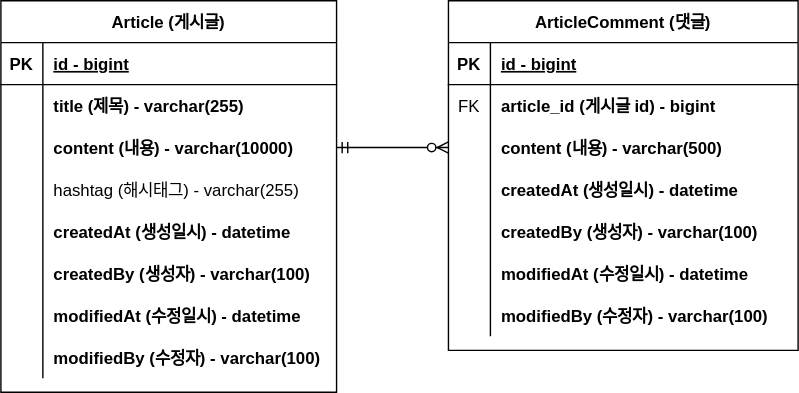
Before: document/project-board-erd.svg, a diagram exported from draw.io (Pooky112/fc-project-board). Source tidied: cells renumbered, new cells last; positions are measured from the earlier drawing's top-left corner, leaving out a move shared by most shapes.
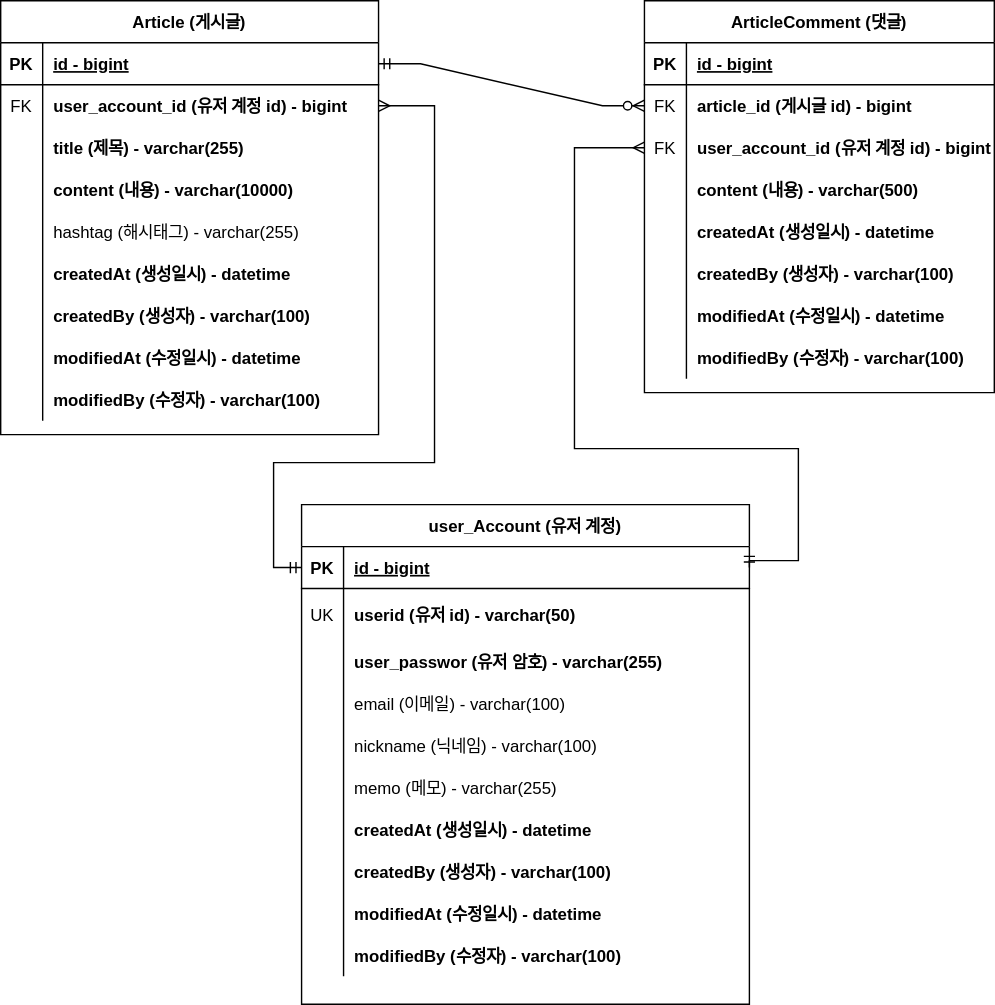
Later version of the same file.

Diff of the diagram source:
```diff
@@ -3,82 +3,91 @@
     <mxCell id="0" />
     <mxCell id="1" parent="0" />
     <mxCell id="2" value="Article (게시글)" style="shape=table;startSize=30;rowLines=0;fontStyle=1;align=center;" parent="1" vertex="1">
-      <mxGeometry width="240" height="280" as="geometry" />
+      <mxGeometry x="-70" width="270" height="310" as="geometry" />
     </mxCell>
     <mxCell id="3" style="shape=partialRectangle;fillColor=none;points=[[0,0.5],[1,0.5]];portConstraint=eastwest;top=0;left=0;right=0;bottom=1;" parent="2" vertex="1">
-      <mxGeometry y="30" width="240" height="30" as="geometry" />
+      <mxGeometry y="30" width="270" height="30" as="geometry" />
     </mxCell>
     <mxCell id="4" value="PK" style="shape=partialRectangle;overflow=hidden;fillColor=none;top=0;left=0;bottom=0;right=0;fontStyle=1;" parent="3" vertex="1">
       <mxGeometry width="30" height="30" as="geometry" />
     </mxCell>
     <mxCell id="5" value="id - bigint" style="shape=partialRectangle;overflow=hidden;fillColor=none;top=0;left=0;bottom=0;right=0;align=left;spacingLeft=6;fontStyle=5;" parent="3" vertex="1">
-      <mxGeometry x="30" width="210" height="30" as="geometry" />
+      <mxGeometry x="30" width="240" height="30" as="geometry" />
     </mxCell>
     <mxCell id="6" style="shape=partialRectangle;fillColor=none;points=[[0,0.5],[1,0.5]];portConstraint=eastwest;top=0;left=0;right=0;bottom=0;" parent="2" vertex="1">
-      <mxGeometry y="60" width="240" height="30" as="geometry" />
+      <mxGeometry y="60" width="270" height="30" as="geometry" />
     </mxCell>
-    <mxCell id="7" style="shape=partialRectangle;overflow=hidden;fillColor=none;top=0;left=0;bottom=0;right=0;" parent="6" vertex="1">
+    <mxCell id="7" value="FK" style="shape=partialRectangle;overflow=hidden;fillColor=none;top=0;left=0;bottom=0;right=0;" parent="6" vertex="1">
       <mxGeometry width="30" height="30" as="geometry" />
     </mxCell>
-    <mxCell id="8" value="title (제목) - varchar(255)" style="shape=partialRectangle;overflow=hidden;fillColor=none;top=0;left=0;bottom=0;right=0;align=left;spacingLeft=6;fontStyle=1;" parent="6" vertex="1">
-      <mxGeometry x="30" width="210" height="30" as="geometry" />
+    <mxCell id="8" value="user_account_id (유저 계정 id) - bigint" style="shape=partialRectangle;overflow=hidden;fillColor=none;top=0;left=0;bottom=0;right=0;align=left;spacingLeft=6;fontStyle=1;" parent="6" vertex="1">
+      <mxGeometry x="30" width="240" height="30" as="geometry" />
     </mxCell>
+    <mxCell id="50" style="shape=partialRectangle;fillColor=none;top=0;left=0;right=0;bottom=0;" parent="2" vertex="1">
+      <mxGeometry y="90" width="270" height="30" as="geometry" />
+    </mxCell>
+    <mxCell id="51" style="shape=partialRectangle;overflow=hidden;fillColor=none;top=0;left=0;bottom=0;right=0;" parent="50" vertex="1">
+      <mxGeometry width="30" height="30" as="geometry" />
+    </mxCell>
+    <mxCell id="52" value="title (제목) - varchar(255)" style="shape=partialRectangle;overflow=hidden;fillColor=none;top=0;left=0;bottom=0;right=0;align=left;spacingLeft=6;fontStyle=1;" parent="50" vertex="1">
+      <mxGeometry x="30" width="240" height="30" as="geometry" />
+    </mxCell>
     <mxCell id="9" style="shape=partialRectangle;fillColor=none;points=[[0,0.5],[1,0.5]];portConstraint=eastwest;top=0;left=0;right=0;bottom=0;" parent="2" vertex="1">
-      <mxGeometry y="90" width="240" height="30" as="geometry" />
+      <mxGeometry y="120" width="270" height="30" as="geometry" />
     </mxCell>
     <mxCell id="10" style="shape=partialRectangle;overflow=hidden;fillColor=none;top=0;left=0;bottom=0;right=0;" parent="9" vertex="1">
       <mxGeometry width="30" height="30" as="geometry" />
     </mxCell>
     <mxCell id="11" value="content (내용) - varchar(10000)" style="shape=partialRectangle;overflow=hidden;fillColor=none;top=0;left=0;bottom=0;right=0;align=left;spacingLeft=6;fontStyle=1;" parent="9" vertex="1">
-      <mxGeometry x="30" width="210" height="30" as="geometry" />
+      <mxGeometry x="30" width="240" height="30" as="geometry" />
     </mxCell>
     <mxCell id="12" style="shape=partialRectangle;fillColor=none;top=0;left=0;right=0;bottom=0;" parent="2" vertex="1">
-      <mxGeometry y="120" width="240" height="30" as="geometry" />
+      <mxGeometry y="150" width="270" height="30" as="geometry" />
     </mxCell>
     <mxCell id="13" style="shape=partialRectangle;overflow=hidden;fillColor=none;top=0;left=0;bottom=0;right=0;" parent="12" vertex="1">
       <mxGeometry width="30" height="30" as="geometry" />
     </mxCell>
     <mxCell id="14" value="hashtag (해시태그) - varchar(255)" style="shape=partialRectangle;overflow=hidden;fillColor=none;top=0;left=0;bottom=0;right=0;align=left;spacingLeft=6;" parent="12" vertex="1">
-      <mxGeometry x="30" width="210" height="30" as="geometry" />
+      <mxGeometry x="30" width="240" height="30" as="geometry" />
     </mxCell>
     <mxCell id="15" style="shape=partialRectangle;fillColor=none;top=0;left=0;right=0;bottom=0;" parent="2" vertex="1">
-      <mxGeometry y="150" width="240" height="30" as="geometry" />
+      <mxGeometry y="180" width="270" height="30" as="geometry" />
     </mxCell>
     <mxCell id="16" style="shape=partialRectangle;overflow=hidden;fillColor=none;top=0;left=0;bottom=0;right=0;" parent="15" vertex="1">
       <mxGeometry width="30" height="30" as="geometry" />
     </mxCell>
     <mxCell id="17" value="createdAt (생성일시) - datetime" style="shape=partialRectangle;overflow=hidden;fillColor=none;top=0;left=0;bottom=0;right=0;align=left;spacingLeft=6;fontStyle=1;" parent="15" vertex="1">
-      <mxGeometry x="30" width="210" height="30" as="geometry" />
+      <mxGeometry x="30" width="240" height="30" as="geometry" />
     </mxCell>
     <mxCell id="18" style="shape=partialRectangle;fillColor=none;top=0;left=0;right=0;bottom=0;" parent="2" vertex="1">
-      <mxGeometry y="180" width="240" height="30" as="geometry" />
+      <mxGeometry y="210" width="270" height="30" as="geometry" />
     </mxCell>
     <mxCell id="19" style="shape=partialRectangle;overflow=hidden;fillColor=none;top=0;left=0;bottom=0;right=0;" parent="18" vertex="1">
       <mxGeometry width="30" height="30" as="geometry" />
     </mxCell>
     <mxCell id="20" value="createdBy (생성자) - varchar(100)" style="shape=partialRectangle;overflow=hidden;fillColor=none;top=0;left=0;bottom=0;right=0;align=left;spacingLeft=6;fontStyle=1;" parent="18" vertex="1">
-      <mxGeometry x="30" width="210" height="30" as="geometry" />
+      <mxGeometry x="30" width="240" height="30" as="geometry" />
     </mxCell>
     <mxCell id="21" style="shape=partialRectangle;fillColor=none;top=0;left=0;right=0;bottom=0;" parent="2" vertex="1">
-      <mxGeometry y="210" width="240" height="30" as="geometry" />
+      <mxGeometry y="240" width="270" height="30" as="geometry" />
     </mxCell>
     <mxCell id="22" value="            " style="shape=partialRectangle;overflow=hidden;fillColor=none;top=0;left=0;bottom=0;right=0;" parent="21" vertex="1">
       <mxGeometry width="30" height="30" as="geometry" />
     </mxCell>
     <mxCell id="23" value="modifiedAt (수정일시) - datetime" style="shape=partialRectangle;overflow=hidden;fillColor=none;top=0;left=0;bottom=0;right=0;align=left;spacingLeft=6;fontStyle=1;" parent="21" vertex="1">
-      <mxGeometry x="30" width="210" height="30" as="geometry" />
+      <mxGeometry x="30" width="240" height="30" as="geometry" />
     </mxCell>
     <mxCell id="24" style="shape=partialRectangle;fillColor=none;top=0;left=0;right=0;bottom=0;" parent="2" vertex="1">
-      <mxGeometry y="240" width="240" height="30" as="geometry" />
+      <mxGeometry y="270" width="270" height="30" as="geometry" />
     </mxCell>
     <mxCell id="25" value="            " style="shape=partialRectangle;overflow=hidden;fillColor=none;top=0;left=0;bottom=0;right=0;" parent="24" vertex="1">
       <mxGeometry width="30" height="30" as="geometry" />
     </mxCell>
     <mxCell id="26" value="modifiedBy (수정자) - varchar(100)" style="shape=partialRectangle;overflow=hidden;fillColor=none;top=0;left=0;bottom=0;right=0;align=left;spacingLeft=6;fontStyle=1;" parent="24" vertex="1">
-      <mxGeometry x="30" width="210" height="30" as="geometry" />
+      <mxGeometry x="30" width="240" height="30" as="geometry" />
     </mxCell>
     <mxCell id="27" value="ArticleComment (댓글)" style="shape=table;startSize=30;rowLines=0;fontStyle=1;align=center;" parent="1" vertex="1">
-      <mxGeometry x="320" width="250" height="250" as="geometry" />
+      <mxGeometry x="390" width="250" height="280" as="geometry" />
     </mxCell>
     <mxCell id="28" style="shape=partialRectangle;fillColor=none;top=0;left=0;right=0;bottom=1;" parent="27" vertex="1">
       <mxGeometry y="30" width="250" height="30" as="geometry" />
@@ -98,8 +107,17 @@
     <mxCell id="33" value="article_id (게시글 id) - bigint" style="shape=partialRectangle;overflow=hidden;fillColor=none;top=0;left=0;bottom=0;right=0;align=left;spacingLeft=6;fontStyle=1;" parent="31" vertex="1">
       <mxGeometry x="30" width="220" height="30" as="geometry" />
     </mxCell>
+    <mxCell id="53" style="shape=partialRectangle;fillColor=none;points=[[0,0.5],[1,0.5]];portConstraint=eastwest;top=0;left=0;right=0;bottom=0;" parent="27" vertex="1">
+      <mxGeometry y="90" width="250" height="30" as="geometry" />
+    </mxCell>
+    <mxCell id="54" value="FK" style="shape=partialRectangle;overflow=hidden;fillColor=none;top=0;left=0;bottom=0;right=0;" parent="53" vertex="1">
+      <mxGeometry width="30" height="30" as="geometry" />
+    </mxCell>
+    <mxCell id="55" value="user_account_id (유저 계정 id) - bigint" style="shape=partialRectangle;overflow=hidden;fillColor=none;top=0;left=0;bottom=0;right=0;align=left;spacingLeft=6;fontStyle=1;" parent="53" vertex="1">
+      <mxGeometry x="30" width="220" height="30" as="geometry" />
+    </mxCell>
     <mxCell id="34" style="shape=partialRectangle;fillColor=none;points=[[0,0.5],[1,0.5]];portConstraint=eastwest;top=0;left=0;right=0;bottom=0;" parent="27" vertex="1">
-      <mxGeometry y="90" width="250" height="30" as="geometry" />
+      <mxGeometry y="120" width="250" height="30" as="geometry" />
     </mxCell>
     <mxCell id="35" style="shape=partialRectangle;overflow=hidden;fillColor=none;top=0;left=0;bottom=0;right=0;" parent="34" vertex="1">
       <mxGeometry width="30" height="30" as="geometry" />
@@ -108,7 +126,7 @@
       <mxGeometry x="30" width="220" height="30" as="geometry" />
     </mxCell>
     <mxCell id="37" style="shape=partialRectangle;fillColor=none;top=0;left=0;right=0;bottom=0;" parent="27" vertex="1">
-      <mxGeometry y="120" width="250" height="30" as="geometry" />
+      <mxGeometry y="150" width="250" height="30" as="geometry" />
     </mxCell>
     <mxCell id="38" style="shape=partialRectangle;overflow=hidden;fillColor=none;top=0;left=0;bottom=0;right=0;" parent="37" vertex="1">
       <mxGeometry width="30" height="30" as="geometry" />
@@ -117,7 +135,7 @@
       <mxGeometry x="30" width="220" height="30" as="geometry" />
     </mxCell>
     <mxCell id="40" style="shape=partialRectangle;fillColor=none;top=0;left=0;right=0;bottom=0;" parent="27" vertex="1">
-      <mxGeometry y="150" width="250" height="30" as="geometry" />
+      <mxGeometry y="180" width="250" height="30" as="geometry" />
     </mxCell>
     <mxCell id="41" style="shape=partialRectangle;overflow=hidden;fillColor=none;top=0;left=0;bottom=0;right=0;" parent="40" vertex="1">
       <mxGeometry width="30" height="30" as="geometry" />
@@ -126,7 +144,7 @@
       <mxGeometry x="30" width="220" height="30" as="geometry" />
     </mxCell>
     <mxCell id="43" style="shape=partialRectangle;fillColor=none;top=0;left=0;right=0;bottom=0;" parent="27" vertex="1">
-      <mxGeometry y="180" width="250" height="30" as="geometry" />
+      <mxGeometry y="210" width="250" height="30" as="geometry" />
     </mxCell>
     <mxCell id="44" value="            " style="shape=partialRectangle;overflow=hidden;fillColor=none;top=0;left=0;bottom=0;right=0;" parent="43" vertex="1">
       <mxGeometry width="30" height="30" as="geometry" />
@@ -135,7 +153,7 @@
       <mxGeometry x="30" width="220" height="30" as="geometry" />
     </mxCell>
     <mxCell id="46" style="shape=partialRectangle;fillColor=none;top=0;left=0;right=0;bottom=0;" parent="27" vertex="1">
-      <mxGeometry y="210" width="250" height="30" as="geometry" />
+      <mxGeometry y="240" width="250" height="30" as="geometry" />
     </mxCell>
     <mxCell id="47" value="            " style="shape=partialRectangle;overflow=hidden;fillColor=none;top=0;left=0;bottom=0;right=0;" parent="46" vertex="1">
       <mxGeometry width="30" height="30" as="geometry" />
@@ -143,8 +161,122 @@
     <mxCell id="48" value="modifiedBy (수정자) - varchar(100)" style="shape=partialRectangle;overflow=hidden;fillColor=none;top=0;left=0;bottom=0;right=0;align=left;spacingLeft=6;fontStyle=1;" parent="46" vertex="1">
       <mxGeometry x="30" width="220" height="30" as="geometry" />
     </mxCell>
-    <mxCell id="49" style="edgeStyle=entityRelationEdgeStyle;fontSize=12;html=1;endArrow=ERzeroToMany;startArrow=ERmandOne;rounded=0;exitX=1;exitY=0.5;exitDx=0;exitDy=0;entryX=0;entryY=0.5;entryDx=0;entryDy=0;" parent="1" edge="1" source="9" target="34">
+    <mxCell id="49" style="edgeStyle=entityRelationEdgeStyle;fontSize=12;html=1;endArrow=ERzeroToMany;startArrow=ERmandOne;rounded=0;exitX=1;exitY=0.5;exitDx=0;exitDy=0;entryX=0;entryY=0.5;entryDx=0;entryDy=0;" parent="1" edge="1" source="3" target="31">
       <mxGeometry relative="1" as="geometry" />
     </mxCell>
+    <mxCell id="56" value="user_Account (유저 계정)" style="shape=table;startSize=30;rowLines=0;fontStyle=1;align=center;" parent="1" vertex="1">
+      <mxGeometry x="145" y="360" width="320" height="357" as="geometry" />
+    </mxCell>
+    <mxCell id="57" style="shape=tableRow;horizontal=0;startSize=0;swimlaneHead=0;swimlaneBody=0;fillColor=none;points=[[0,0.5],[1,0.5]];portConstraint=eastwest;top=0;left=0;right=0;bottom=1;" parent="56" vertex="1">
+      <mxGeometry y="30" width="320" height="30" as="geometry" />
+    </mxCell>
+    <mxCell id="58" value="PK" style="shape=partialRectangle;fillColor=none;top=0;left=0;bottom=0;right=0;fontStyle=1;overflow=hidden;" parent="57" vertex="1">
+      <mxGeometry width="30" height="30" as="geometry" />
+    </mxCell>
+    <mxCell id="59" value="id - bigint" style="shape=partialRectangle;fillColor=none;top=0;left=0;bottom=0;right=0;align=left;spacingLeft=6;fontStyle=5;overflow=hidden;" parent="57" vertex="1">
+      <mxGeometry x="30" width="290" height="30" as="geometry" />
+    </mxCell>
+    <mxCell id="60" style="shape=tableRow;horizontal=0;startSize=0;swimlaneHead=0;swimlaneBody=0;fillColor=none;top=0;left=0;right=0;bottom=0;" parent="56" vertex="1">
+      <mxGeometry y="60" width="320" height="37" as="geometry" />
+    </mxCell>
+    <mxCell id="61" value="UK" style="shape=partialRectangle;fillColor=none;top=0;left=0;bottom=0;right=0;overflow=hidden;" parent="60" vertex="1">
+      <mxGeometry width="30" height="37" as="geometry" />
+    </mxCell>
+    <mxCell id="62" value="userid (유저 id) - varchar(50)" style="shape=partialRectangle;fillColor=none;top=0;left=0;bottom=0;right=0;align=left;spacingLeft=6;overflow=hidden;fontStyle=1;" parent="60" vertex="1">
+      <mxGeometry x="30" width="290" height="37" as="geometry" />
+    </mxCell>
+    <mxCell id="63" style="shape=tableRow;horizontal=0;startSize=0;swimlaneHead=0;swimlaneBody=0;fillColor=none;top=0;left=0;right=0;bottom=0;" parent="56" vertex="1">
+      <mxGeometry y="97" width="320" height="30" as="geometry" />
+    </mxCell>
+    <mxCell id="64" style="shape=partialRectangle;fillColor=none;top=0;left=0;bottom=0;right=0;overflow=hidden;" parent="63" vertex="1">
+      <mxGeometry width="30" height="30" as="geometry" />
+    </mxCell>
+    <mxCell id="65" value="user_passwor (유저 암호) - varchar(255)" style="shape=partialRectangle;fillColor=none;top=0;left=0;bottom=0;right=0;align=left;spacingLeft=6;overflow=hidden;fontStyle=1;" parent="63" vertex="1">
+      <mxGeometry x="30" width="290" height="30" as="geometry" />
+    </mxCell>
+    <mxCell id="66" style="shape=tableRow;horizontal=0;startSize=0;swimlaneHead=0;swimlaneBody=0;fillColor=none;top=0;left=0;right=0;bottom=0;" parent="56" vertex="1">
+      <mxGeometry y="127" width="320" height="30" as="geometry" />
+    </mxCell>
+    <mxCell id="67" style="shape=partialRectangle;fillColor=none;top=0;left=0;bottom=0;right=0;overflow=hidden;" parent="66" vertex="1">
+      <mxGeometry width="30" height="30" as="geometry" />
+    </mxCell>
+    <mxCell id="68" value="email (이메일) - varchar(100)" style="shape=partialRectangle;fillColor=none;top=0;left=0;bottom=0;right=0;align=left;spacingLeft=6;overflow=hidden;" parent="66" vertex="1">
+      <mxGeometry x="30" width="290" height="30" as="geometry" />
+    </mxCell>
+    <mxCell id="69" style="shape=tableRow;horizontal=0;startSize=0;swimlaneHead=0;swimlaneBody=0;fillColor=none;top=0;left=0;right=0;bottom=0;" parent="56" vertex="1">
+      <mxGeometry y="157" width="320" height="30" as="geometry" />
+    </mxCell>
+    <mxCell id="70" value="                " style="shape=partialRectangle;fillColor=none;top=0;left=0;bottom=0;right=0;overflow=hidden;" parent="69" vertex="1">
+      <mxGeometry width="30" height="30" as="geometry" />
+    </mxCell>
+    <mxCell id="71" value="nickname (닉네임) - varchar(100)" style="shape=partialRectangle;fillColor=none;top=0;left=0;bottom=0;right=0;align=left;spacingLeft=6;overflow=hidden;" parent="69" vertex="1">
+      <mxGeometry x="30" width="290" height="30" as="geometry" />
+    </mxCell>
+    <mxCell id="72" style="shape=tableRow;horizontal=0;startSize=0;swimlaneHead=0;swimlaneBody=0;fillColor=none;top=0;left=0;right=0;bottom=0;" parent="56" vertex="1">
+      <mxGeometry y="187" width="320" height="30" as="geometry" />
+    </mxCell>
+    <mxCell id="73" style="shape=partialRectangle;fillColor=none;top=0;left=0;bottom=0;right=0;overflow=hidden;" parent="72" vertex="1">
+      <mxGeometry width="30" height="30" as="geometry" />
+    </mxCell>
+    <mxCell id="74" value="memo (메모) - varchar(255)" style="shape=partialRectangle;fillColor=none;top=0;left=0;bottom=0;right=0;align=left;spacingLeft=6;overflow=hidden;" parent="72" vertex="1">
+      <mxGeometry x="30" width="290" height="30" as="geometry" />
+    </mxCell>
+    <mxCell id="75" style="shape=tableRow;horizontal=0;startSize=0;swimlaneHead=0;swimlaneBody=0;fillColor=none;top=0;left=0;right=0;bottom=0;" parent="56" vertex="1">
+      <mxGeometry y="217" width="320" height="30" as="geometry" />
+    </mxCell>
+    <mxCell id="76" style="shape=partialRectangle;fillColor=none;top=0;left=0;bottom=0;right=0;overflow=hidden;" parent="75" vertex="1">
+      <mxGeometry width="30" height="30" as="geometry" />
+    </mxCell>
+    <mxCell id="77" value="createdAt (생성일시) - datetime" style="shape=partialRectangle;fillColor=none;top=0;left=0;bottom=0;right=0;align=left;spacingLeft=6;overflow=hidden;fontStyle=1;" parent="75" vertex="1">
+      <mxGeometry x="30" width="290" height="30" as="geometry" />
+    </mxCell>
+    <mxCell id="78" style="shape=tableRow;horizontal=0;startSize=0;swimlaneHead=0;swimlaneBody=0;fillColor=none;top=0;left=0;right=0;bottom=0;" parent="56" vertex="1">
+      <mxGeometry y="247" width="320" height="30" as="geometry" />
+    </mxCell>
+    <mxCell id="79" style="shape=partialRectangle;fillColor=none;top=0;left=0;bottom=0;right=0;overflow=hidden;" parent="78" vertex="1">
+      <mxGeometry width="30" height="30" as="geometry" />
+    </mxCell>
+    <mxCell id="80" value="createdBy (생성자) - varchar(100)" style="shape=partialRectangle;fillColor=none;top=0;left=0;bottom=0;right=0;align=left;spacingLeft=6;overflow=hidden;fontStyle=1;" parent="78" vertex="1">
+      <mxGeometry x="30" width="290" height="30" as="geometry" />
+    </mxCell>
+    <mxCell id="81" style="shape=tableRow;horizontal=0;startSize=0;swimlaneHead=0;swimlaneBody=0;fillColor=none;top=0;left=0;right=0;bottom=0;" parent="56" vertex="1">
+      <mxGeometry y="277" width="320" height="30" as="geometry" />
+    </mxCell>
+    <mxCell id="82" style="shape=partialRectangle;fillColor=none;top=0;left=0;bottom=0;right=0;overflow=hidden;" parent="81" vertex="1">
+      <mxGeometry width="30" height="30" as="geometry" />
+    </mxCell>
+    <mxCell id="83" value="modifiedAt (수정일시) - datetime" style="shape=partialRectangle;fillColor=none;top=0;left=0;bottom=0;right=0;align=left;spacingLeft=6;overflow=hidden;fontStyle=1;" parent="81" vertex="1">
+      <mxGeometry x="30" width="290" height="30" as="geometry" />
+    </mxCell>
+    <mxCell id="84" style="shape=tableRow;horizontal=0;startSize=0;swimlaneHead=0;swimlaneBody=0;fillColor=none;top=0;left=0;right=0;bottom=0;fontStyle=1;" parent="56" vertex="1">
+      <mxGeometry y="307" width="320" height="30" as="geometry" />
+    </mxCell>
+    <mxCell id="85" style="shape=partialRectangle;fillColor=none;top=0;left=0;bottom=0;right=0;overflow=hidden;" parent="84" vertex="1">
+      <mxGeometry width="30" height="30" as="geometry" />
+    </mxCell>
+    <mxCell id="86" value="modifiedBy (수정자) - varchar(100)" style="shape=partialRectangle;fillColor=none;top=0;left=0;bottom=0;right=0;align=left;spacingLeft=6;overflow=hidden;fontStyle=1;" parent="84" vertex="1">
+      <mxGeometry x="30" width="290" height="30" as="geometry" />
+    </mxCell>
+    <mxCell id="87" style="edgeStyle=orthogonalEdgeStyle;rounded=0;jettySize=auto;html=1;exitX=0;exitY=0.5;exitDx=0;exitDy=0;entryX=1;entryY=0.5;entryDx=0;entryDy=0;startArrow=ERmandOne;startFill=0;endArrow=ERmany;endFill=0;" parent="1" edge="1" source="57" target="6">
+      <mxGeometry relative="1" as="geometry">
+        <Array as="points">
+          <mxPoint x="125" y="405" />
+          <mxPoint x="125" y="330" />
+          <mxPoint x="240" y="330" />
+          <mxPoint x="240" y="75" />
+        </Array>
+      </mxGeometry>
+    </mxCell>
+    <mxCell id="88" style="edgeStyle=orthogonalEdgeStyle;rounded=0;jettySize=auto;html=1;exitX=1;exitY=0.5;exitDx=0;exitDy=0;entryX=0;entryY=0.5;entryDx=0;entryDy=0;startArrow=ERmandOne;startFill=0;endArrow=ERmany;endFill=0;" parent="1" edge="1" source="57" target="53">
+      <mxGeometry relative="1" as="geometry">
+        <Array as="points">
+          <mxPoint x="465" y="400" />
+          <mxPoint x="500" y="400" />
+          <mxPoint x="500" y="320" />
+          <mxPoint x="340" y="320" />
+          <mxPoint x="340" y="105" />
+        </Array>
+      </mxGeometry>
+    </mxCell>
   </root>
 </mxGraphModel>
```
